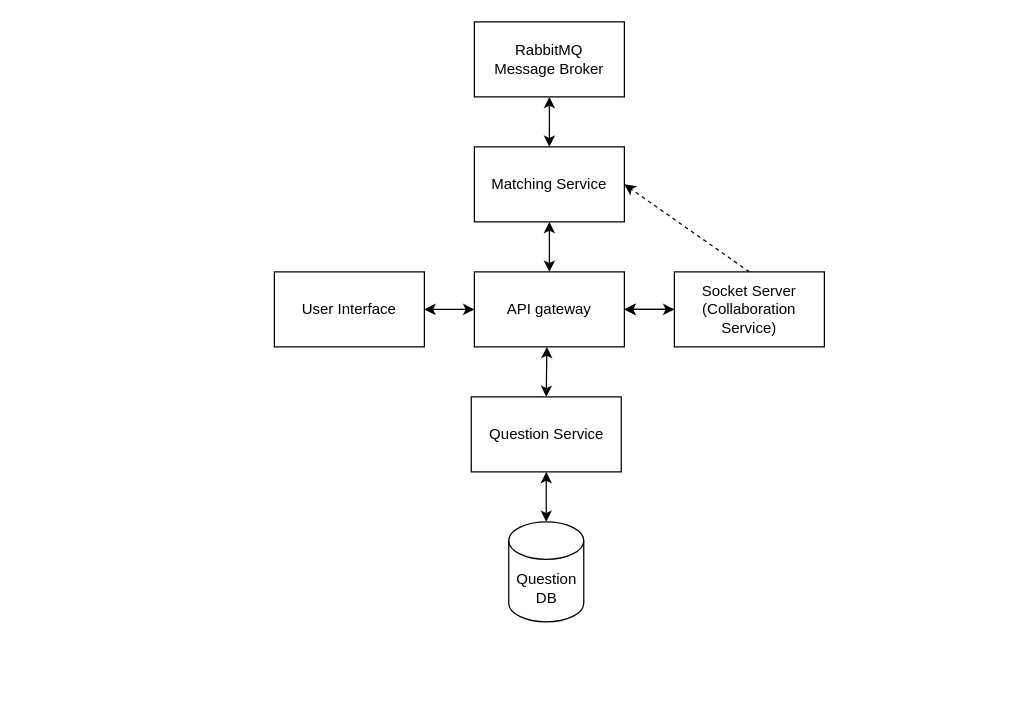
shaniceng/DrawIODiagrams keeps this draw.io diagram as CollaborationServiceChart.drawio. Above is the earlier version. Source tidied: cells renumbered, new cells numbered last; positions are measured from the earlier drawing's top-left corner, leaving out a move shared by most shapes. Both pictures are drawn from the tidied source at 125%, with x=0, y=0 at pixel (274, 21).
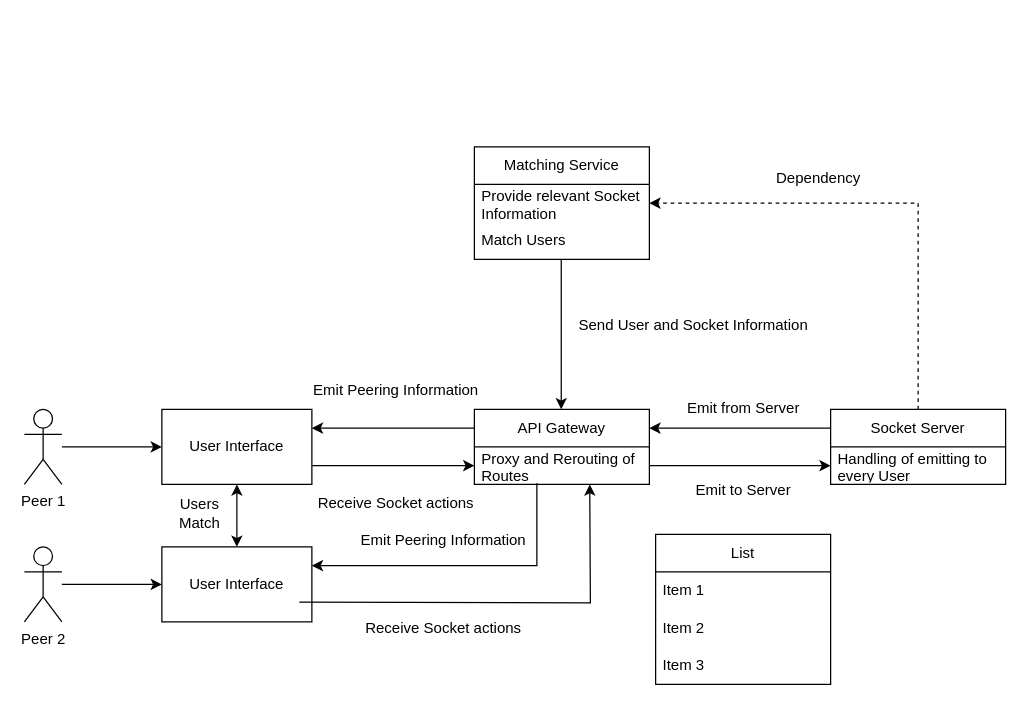
Above is the later version.

Change to the diagram source:
```diff
@@
-    <mxCell id="2" value="User Interface" style="rounded=0;whiteSpace=wrap;html=1;" parent="1" vertex="1">
-      <mxGeometry y="200" width="120" height="60" as="geometry" />
-    </mxCell>
-    <mxCell id="3" style="edgeStyle=orthogonalEdgeStyle;rounded=0;jettySize=auto;html=1;" parent="1" edge="1" source="4" target="5">
-      <mxGeometry relative="1" as="geometry" />
-    </mxCell>
-    <mxCell id="4" value="Socket Server&lt;br&gt;(Collaboration Service)" style="rounded=0;whiteSpace=wrap;html=1;" parent="1" vertex="1">
-      <mxGeometry x="320" y="200" width="120" height="60" as="geometry" />
-    </mxCell>
-    <mxCell id="5" value="API gateway" style="rounded=0;whiteSpace=wrap;html=1;" parent="1" vertex="1">
-      <mxGeometry x="160" y="200" width="120" height="60" as="geometry" />
-    </mxCell>
-    <mxCell id="6" style="endArrow=classic;startArrow=classic;html=1;rounded=0;exitX=1;exitY=0.5;exitDx=0;exitDy=0;entryX=0;entryY=0.5;entryDx=0;entryDy=0;" parent="1" edge="1" source="2" target="5">
-      <mxGeometry relative="1" as="geometry" />
-    </mxCell>
-    <mxCell id="7" style="endArrow=classic;startArrow=classic;html=1;rounded=0;entryX=0;entryY=0.5;entryDx=0;entryDy=0;exitX=1;exitY=0.5;exitDx=0;exitDy=0;" parent="1" edge="1" source="5" target="4">
-      <mxGeometry relative="1" as="geometry" />
-    </mxCell>
-    <mxCell id="8" style="endArrow=classic;startArrow=classic;html=1;rounded=0;entryX=0.5;entryY=0;entryDx=0;entryDy=0;" parent="1" edge="1" target="9">
-      <mxGeometry relative="1" as="geometry">
-        <mxPoint x="218" y="260" as="sourcePoint" />
-      </mxGeometry>
-    </mxCell>
-    <mxCell id="9" value="Question Service" style="rounded=0;whiteSpace=wrap;html=1;" parent="1" vertex="1">
-      <mxGeometry x="157.5" y="300" width="120" height="60" as="geometry" />
-    </mxCell>
-    <mxCell id="10" value="Question&lt;br&gt;DB" style="shape=cylinder3;whiteSpace=wrap;html=1;boundedLbl=1;backgroundOutline=1;size=15;" parent="1" vertex="1">
-      <mxGeometry x="187.5" y="400" width="60" height="80" as="geometry" />
-    </mxCell>
-    <mxCell id="11" style="endArrow=classic;startArrow=classic;html=1;rounded=0;exitX=0.5;exitY=1;exitDx=0;exitDy=0;entryX=0.5;entryY=0;entryDx=0;entryDy=0;entryPerimeter=0;" parent="1" edge="1" source="9" target="10">
-      <mxGeometry relative="1" as="geometry" />
-    </mxCell>
+    <mxCell id="17" value="API Gateway" style="swimlane;fontStyle=0;horizontal=1;startSize=30;whiteSpace=wrap;html=1;" parent="1" vertex="1">
+      <mxGeometry x="160" y="310" width="140" height="60" as="geometry" />
+    </mxCell>
+    <mxCell id="18" value="Proxy and Rerouting of Routes" style="text;strokeColor=none;fillColor=none;align=left;verticalAlign=middle;spacingLeft=4;spacingRight=4;overflow=hidden;points=[[0,0.5],[1,0.5]];portConstraint=eastwest;whiteSpace=wrap;html=1;" parent="17" vertex="1">
+      <mxGeometry y="30" width="140" height="30" as="geometry" />
+    </mxCell>
+    <mxCell id="19" style="edgeStyle=orthogonalEdgeStyle;rounded=0;jettySize=auto;html=1;entryX=0;entryY=0.5;entryDx=0;entryDy=0;" parent="1" edge="1" source="20" target="21">
+      <mxGeometry relative="1" as="geometry" />
+    </mxCell>
+    <mxCell id="20" value="Peer 1" style="shape=umlActor;verticalLabelPosition=bottom;verticalAlign=top;html=1;outlineConnect=0;" parent="1" vertex="1">
+      <mxGeometry x="-200" y="310" width="30" height="60" as="geometry" />
+    </mxCell>
+    <mxCell id="21" value="User Interface" style="rounded=0;whiteSpace=wrap;html=1;" parent="1" vertex="1">
+      <mxGeometry x="-90" y="310" width="120" height="60" as="geometry" />
+    </mxCell>
+    <mxCell id="22" style="endArrow=classic;html=1;rounded=0;entryX=1;entryY=0.25;entryDx=0;entryDy=0;exitX=0;exitY=0.25;exitDx=0;exitDy=0;" parent="1" edge="1" source="17" target="21">
+      <mxGeometry relative="1" as="geometry" />
+    </mxCell>
+    <mxCell id="23" style="endArrow=classic;html=1;rounded=0;entryX=0;entryY=0.5;entryDx=0;entryDy=0;exitX=1;exitY=0.75;exitDx=0;exitDy=0;" parent="1" edge="1" source="21" target="18">
+      <mxGeometry relative="1" as="geometry" />
+    </mxCell>
+    <mxCell id="24" value="Emit Peering Information" style="text;html=1;align=center;verticalAlign=middle;strokeColor=none;fillColor=none;" parent="1" vertex="1">
+      <mxGeometry x="17" y="280" width="160" height="30" as="geometry" />
+    </mxCell>
+    <mxCell id="25" value="Receive Socket actions" style="text;html=1;align=center;verticalAlign=middle;strokeColor=none;fillColor=none;" parent="1" vertex="1">
+      <mxGeometry x="22" y="370" width="150" height="30" as="geometry" />
+    </mxCell>
+    <mxCell id="26" style="edgeStyle=orthogonalEdgeStyle;rounded=0;jettySize=auto;html=1;entryX=1;entryY=0.5;entryDx=0;entryDy=0;dashed=1;" parent="1" edge="1" source="27" target="42">
+      <mxGeometry relative="1" as="geometry" />
+    </mxCell>
+    <mxCell id="27" value="Socket Server" style="swimlane;fontStyle=0;horizontal=1;startSize=30;whiteSpace=wrap;html=1;" parent="1" vertex="1">
+      <mxGeometry x="445" y="310" width="140" height="60" as="geometry" />
+    </mxCell>
+    <mxCell id="28" value="Handling of emitting to every User" style="text;strokeColor=none;fillColor=none;align=left;verticalAlign=middle;spacingLeft=4;spacingRight=4;overflow=hidden;points=[[0,0.5],[1,0.5]];portConstraint=eastwest;whiteSpace=wrap;html=1;" parent="27" vertex="1">
+      <mxGeometry y="30" width="140" height="30" as="geometry" />
+    </mxCell>
+    <mxCell id="29" style="edgeStyle=orthogonalEdgeStyle;rounded=0;jettySize=auto;html=1;entryX=0;entryY=0.5;entryDx=0;entryDy=0;" parent="1" edge="1" source="30" target="31">
+      <mxGeometry relative="1" as="geometry" />
+    </mxCell>
+    <mxCell id="30" value="Peer 2" style="shape=umlActor;verticalLabelPosition=bottom;verticalAlign=top;html=1;outlineConnect=0;" parent="1" vertex="1">
+      <mxGeometry x="-200" y="420" width="30" height="60" as="geometry" />
+    </mxCell>
+    <mxCell id="31" value="User Interface" style="rounded=0;whiteSpace=wrap;html=1;" parent="1" vertex="1">
+      <mxGeometry x="-90" y="420" width="120" height="60" as="geometry" />
+    </mxCell>
+    <mxCell id="32" value="Emit Peering Information" style="text;html=1;align=center;verticalAlign=middle;strokeColor=none;fillColor=none;" parent="1" vertex="1">
+      <mxGeometry x="55" y="400" width="160" height="30" as="geometry" />
+    </mxCell>
+    <mxCell id="33" style="edgeStyle=orthogonalEdgeStyle;rounded=0;jettySize=auto;html=1;entryX=1;entryY=0.25;entryDx=0;entryDy=0;" parent="1" edge="1" target="31">
+      <mxGeometry relative="1" as="geometry">
+        <mxPoint x="210" y="369" as="sourcePoint" />
+        <Array as="points">
+          <mxPoint x="210" y="369" />
+          <mxPoint x="210" y="435" />
+        </Array>
+      </mxGeometry>
+    </mxCell>
+    <mxCell id="34" style="edgeStyle=orthogonalEdgeStyle;rounded=0;orthogonalLoop=1;jettySize=auto;html=1;exitX=1;exitY=0.75;exitDx=0;exitDy=0;entryX=0.731;entryY=1.027;entryDx=0;entryDy=0;entryPerimeter=0;" parent="1" edge="1">
+      <mxGeometry relative="1" as="geometry">
+        <mxPoint x="20" y="464.2" as="sourcePoint" />
+        <mxPoint x="252.3" y="370" as="targetPoint" />
+      </mxGeometry>
+    </mxCell>
+    <mxCell id="35" value="Receive Socket actions" style="text;html=1;align=center;verticalAlign=middle;strokeColor=none;fillColor=none;" parent="1" vertex="1">
+      <mxGeometry x="60" y="470" width="150" height="30" as="geometry" />
+    </mxCell>
+    <mxCell id="36" style="endArrow=classic;html=1;rounded=0;exitX=0;exitY=0.25;exitDx=0;exitDy=0;entryX=1;entryY=0.25;entryDx=0;entryDy=0;" parent="1" edge="1" source="27" target="17">
+      <mxGeometry relative="1" as="geometry" />
+    </mxCell>
+    <mxCell id="37" value="Emit from Server" style="text;html=1;align=center;verticalAlign=middle;strokeColor=none;fillColor=none;" parent="1" vertex="1">
+      <mxGeometry x="320" y="294" width="110" height="30" as="geometry" />
+    </mxCell>
+    <mxCell id="38" style="endArrow=classic;html=1;rounded=0;entryX=0;entryY=0.5;entryDx=0;entryDy=0;exitX=1;exitY=0.5;exitDx=0;exitDy=0;" parent="1" edge="1" source="18" target="28">
+      <mxGeometry relative="1" as="geometry" />
+    </mxCell>
+    <mxCell id="39" value="Emit to Server" style="text;html=1;align=center;verticalAlign=middle;strokeColor=none;fillColor=none;" parent="1" vertex="1">
+      <mxGeometry x="325" y="360" width="100" height="30" as="geometry" />
+    </mxCell>
+    <mxCell id="40" style="endArrow=classic;startArrow=classic;html=1;rounded=0;exitX=0.5;exitY=0;exitDx=0;exitDy=0;entryX=0.5;entryY=1;entryDx=0;entryDy=0;" parent="1" edge="1" source="31" target="21">
+      <mxGeometry relative="1" as="geometry" />
+    </mxCell>
+    <mxCell id="41" value="Users&lt;br&gt;Match" style="text;html=1;align=center;verticalAlign=middle;strokeColor=none;fillColor=none;" parent="1" vertex="1">
+      <mxGeometry x="-90" y="373" width="60" height="40" as="geometry" />
+    </mxCell>
-    <mxCell id="12" value="Matching Service" style="rounded=0;whiteSpace=wrap;html=1;" parent="1" vertex="1">
-      <mxGeometry x="160" y="100" width="120" height="60" as="geometry" />
+    <mxCell id="12" value="Matching Service" style="swimlane;fontStyle=0;horizontal=1;startSize=30;whiteSpace=wrap;html=1;" parent="1" vertex="1">
+      <mxGeometry x="160" y="100" width="140" height="90" as="geometry" />
     </mxCell>
-    <mxCell id="13" style="endArrow=classic;startArrow=classic;html=1;rounded=0;entryX=0.5;entryY=1;entryDx=0;entryDy=0;exitX=0.5;exitY=0;exitDx=0;exitDy=0;" parent="1" edge="1" source="5" target="12">
-      <mxGeometry relative="1" as="geometry" />
-    </mxCell>
-    <mxCell id="14" style="endArrow=classic;startArrow=classic;html=1;rounded=0;exitX=0.5;exitY=0;exitDx=0;exitDy=0;entryX=0.5;entryY=1;entryDx=0;entryDy=0;" parent="1" edge="1" source="12" target="15">
-      <mxGeometry relative="1" as="geometry" />
-    </mxCell>
-    <mxCell id="15" value="RabbitMQ&lt;br&gt;Message Broker" style="rounded=0;whiteSpace=wrap;html=1;" parent="1" vertex="1">
-      <mxGeometry x="160" width="120" height="60" as="geometry" />
-    </mxCell>
-    <mxCell id="16" style="endArrow=classic;html=1;rounded=0;entryX=1;entryY=0.5;entryDx=0;entryDy=0;exitX=0.5;exitY=0;exitDx=0;exitDy=0;dashed=1;" parent="1" edge="1" source="4" target="12">
-      <mxGeometry relative="1" as="geometry" />
-    </mxCell>
+    <mxCell id="42" value="Provide relevant Socket Information" style="text;strokeColor=none;fillColor=none;align=left;verticalAlign=middle;spacingLeft=4;spacingRight=4;overflow=hidden;points=[[0,0.5],[1,0.5]];portConstraint=eastwest;whiteSpace=wrap;html=1;" parent="12" vertex="1">
+      <mxGeometry y="30" width="140" height="30" as="geometry" />
+    </mxCell>
+    <mxCell id="43" value="Match Users" style="text;strokeColor=none;fillColor=none;align=left;verticalAlign=middle;spacingLeft=4;spacingRight=4;overflow=hidden;whiteSpace=wrap;html=1;" parent="12" vertex="1">
+      <mxGeometry y="60" width="140" height="30" as="geometry" />
+    </mxCell>
+    <mxCell id="44" value="Dependency" style="text;html=1;align=center;verticalAlign=middle;strokeColor=none;fillColor=none;" parent="1" vertex="1">
+      <mxGeometry x="390" y="110" width="90" height="30" as="geometry" />
+    </mxCell>
+    <mxCell id="45" style="endArrow=classic;html=1;rounded=0;exitX=0.25;exitY=0;exitDx=0;exitDy=0;" parent="1" edge="1">
+      <mxGeometry relative="1" as="geometry">
+        <mxPoint x="229.5" y="190" as="sourcePoint" />
+        <mxPoint x="229.5" y="310" as="targetPoint" />
+      </mxGeometry>
+    </mxCell>
+    <mxCell id="46" value="Send User and Socket Information" style="text;html=1;align=center;verticalAlign=middle;strokeColor=none;fillColor=none;" parent="1" vertex="1">
+      <mxGeometry x="230" y="228" width="210" height="30" as="geometry" />
+    </mxCell>
+    <mxCell id="47" value="List" style="swimlane;fontStyle=0;horizontal=1;startSize=30;whiteSpace=wrap;html=1;" parent="1" vertex="1">
+      <mxGeometry x="305" y="410" width="140" height="120" as="geometry" />
+    </mxCell>
+    <mxCell id="48" value="Item 1" style="text;strokeColor=none;fillColor=none;align=left;verticalAlign=middle;spacingLeft=4;spacingRight=4;overflow=hidden;whiteSpace=wrap;html=1;" parent="47" vertex="1">
+      <mxGeometry y="30" width="140" height="30" as="geometry" />
+    </mxCell>
+    <mxCell id="49" value="Item 2" style="text;strokeColor=none;fillColor=none;align=left;verticalAlign=middle;spacingLeft=4;spacingRight=4;overflow=hidden;whiteSpace=wrap;html=1;" parent="47" vertex="1">
+      <mxGeometry y="60" width="140" height="30" as="geometry" />
+    </mxCell>
+    <mxCell id="50" value="Item 3" style="text;strokeColor=none;fillColor=none;align=left;verticalAlign=middle;spacingLeft=4;spacingRight=4;overflow=hidden;whiteSpace=wrap;html=1;" parent="47" vertex="1">
+      <mxGeometry y="90" width="140" height="30" as="geometry" />
+    </mxCell>
```
